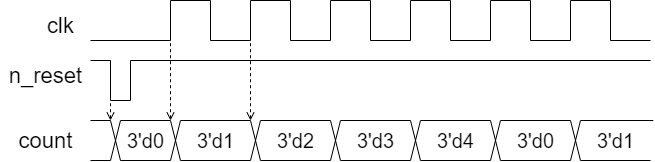
Earlier version of the draw.io export assets/timechart_counter5.png (rikitoro/IS3_HDL_2018). Source tidied: cells renumbered, new cells last; positions are measured from the earlier drawing's top-left corner, leaving out a move shared by most shapes. The source it was exported from:
```xml
<mxGraphModel>
  <root>
    <mxCell id="0" />
    <mxCell id="1" parent="0" />
    <mxCell id="2" value="clk" style="text;html=1;align=center;verticalAlign=middle;fontSize=22;" parent="1" vertex="1">
      <mxGeometry x="40" y="10" width="40" height="30" as="geometry" />
    </mxCell>
    <mxCell id="3" style="endArrow=none;html=1;fontSize=22;rounded=0;" parent="1" edge="1">
      <mxGeometry relative="1" as="geometry">
        <mxPoint x="650" y="40" as="sourcePoint" />
        <mxPoint x="90" y="40" as="targetPoint" />
        <Array as="points">
          <mxPoint x="610" y="40" />
          <mxPoint x="610" />
          <mxPoint x="570" />
          <mxPoint x="570" y="40" />
          <mxPoint x="530" y="40" />
          <mxPoint x="530" />
          <mxPoint x="490" />
          <mxPoint x="490" y="40" />
          <mxPoint x="450" y="40" />
          <mxPoint x="450" />
          <mxPoint x="410" />
          <mxPoint x="410" y="40" />
          <mxPoint x="370" y="40" />
          <mxPoint x="370" />
          <mxPoint x="330" />
          <mxPoint x="330" y="40" />
          <mxPoint x="290" y="40" />
          <mxPoint x="290" />
          <mxPoint x="250" />
          <mxPoint x="250" y="40" />
          <mxPoint x="210" y="40" />
          <mxPoint x="210" />
          <mxPoint x="170" />
          <mxPoint x="170" y="40" />
        </Array>
      </mxGeometry>
    </mxCell>
    <mxCell id="4" value="n_reset" style="text;html=1;align=center;verticalAlign=middle;fontSize=22;" parent="1" vertex="1">
      <mxGeometry y="60" width="90" height="30" as="geometry" />
    </mxCell>
    <mxCell id="5" style="endArrow=none;html=1;fontSize=22;rounded=0;" parent="1" edge="1">
      <mxGeometry relative="1" as="geometry">
        <mxPoint x="90" y="60" as="sourcePoint" />
        <mxPoint x="650" y="60" as="targetPoint" />
        <Array as="points">
          <mxPoint x="110" y="60" />
          <mxPoint x="110" y="100" />
          <mxPoint x="130" y="100" />
          <mxPoint x="130" y="60" />
        </Array>
      </mxGeometry>
    </mxCell>
    <mxCell id="6" value="count" style="text;html=1;align=center;verticalAlign=middle;fontSize=22;" parent="1" vertex="1">
      <mxGeometry x="10" y="125" width="70" height="30" as="geometry" />
    </mxCell>
    <mxCell id="7" style="endArrow=none;html=1;fontSize=22;rounded=0;" parent="1" edge="1">
      <mxGeometry relative="1" as="geometry">
        <mxPoint x="90" y="120" as="sourcePoint" />
        <mxPoint x="650" y="160" as="targetPoint" />
        <Array as="points">
          <mxPoint x="110" y="120" />
          <mxPoint x="120" y="160" />
          <mxPoint x="170" y="160" />
          <mxPoint x="180" y="120" />
          <mxPoint x="250" y="120" />
          <mxPoint x="260" y="160" />
          <mxPoint x="330" y="160" />
          <mxPoint x="340" y="120" />
          <mxPoint x="410" y="120" />
          <mxPoint x="420" y="160" />
          <mxPoint x="490" y="160" />
          <mxPoint x="500" y="120" />
          <mxPoint x="570" y="120" />
          <mxPoint x="580" y="160" />
          <mxPoint x="650" y="160" />
        </Array>
      </mxGeometry>
    </mxCell>
    <mxCell id="8" style="endArrow=none;html=1;fontSize=22;rounded=0;" parent="1" edge="1">
      <mxGeometry relative="1" as="geometry">
        <mxPoint x="90" y="160" as="sourcePoint" />
        <mxPoint x="652.8" y="120" as="targetPoint" />
        <Array as="points">
          <mxPoint x="110" y="160" />
          <mxPoint x="120" y="120" />
          <mxPoint x="170" y="120" />
          <mxPoint x="180" y="160" />
          <mxPoint x="250" y="160" />
          <mxPoint x="260" y="120" />
          <mxPoint x="330" y="120" />
          <mxPoint x="340" y="160" />
          <mxPoint x="410" y="160" />
          <mxPoint x="420" y="120" />
          <mxPoint x="490" y="120" />
          <mxPoint x="500" y="160" />
          <mxPoint x="570" y="160" />
          <mxPoint x="580" y="120" />
        </Array>
      </mxGeometry>
    </mxCell>
    <mxCell id="9" value="&lt;font style=&quot;font-size: 20px&quot;&gt;3'd0&lt;/font&gt;" style="text;html=1;align=center;verticalAlign=middle;fontSize=22;" parent="1" vertex="1">
      <mxGeometry x="120" y="125" width="50" height="30" as="geometry" />
    </mxCell>
    <mxCell id="10" value="&lt;font style=&quot;font-size: 20px&quot;&gt;3'd1&lt;/font&gt;" style="text;html=1;align=center;verticalAlign=middle;fontSize=22;" parent="1" vertex="1">
      <mxGeometry x="190" y="125" width="50" height="30" as="geometry" />
    </mxCell>
    <mxCell id="11" value="&lt;font style=&quot;font-size: 20px&quot;&gt;3'd2&lt;/font&gt;" style="text;html=1;align=center;verticalAlign=middle;fontSize=22;" parent="1" vertex="1">
      <mxGeometry x="270" y="125" width="50" height="30" as="geometry" />
    </mxCell>
    <mxCell id="12" value="&lt;font style=&quot;font-size: 20px&quot;&gt;3'd3&lt;/font&gt;" style="text;html=1;align=center;verticalAlign=middle;fontSize=22;" parent="1" vertex="1">
      <mxGeometry x="350" y="125" width="50" height="30" as="geometry" />
    </mxCell>
    <mxCell id="13" value="&lt;font style=&quot;font-size: 20px&quot;&gt;3'd4&lt;/font&gt;" style="text;html=1;align=center;verticalAlign=middle;fontSize=22;" parent="1" vertex="1">
      <mxGeometry x="430" y="125" width="50" height="30" as="geometry" />
    </mxCell>
    <mxCell id="14" value="&lt;font style=&quot;font-size: 20px&quot;&gt;3'd0&lt;/font&gt;" style="text;html=1;align=center;verticalAlign=middle;fontSize=22;" parent="1" vertex="1">
      <mxGeometry x="510" y="125" width="50" height="30" as="geometry" />
    </mxCell>
    <mxCell id="15" value="&lt;font style=&quot;font-size: 20px&quot;&gt;3'd1&lt;/font&gt;" style="text;html=1;align=center;verticalAlign=middle;fontSize=22;" parent="1" vertex="1">
      <mxGeometry x="590" y="125" width="50" height="30" as="geometry" />
    </mxCell>
    <mxCell id="16" style="endArrow=none;dashed=1;html=1;fontSize=22;startArrow=open;startFill=0;" parent="1" edge="1">
      <mxGeometry relative="1" as="geometry">
        <mxPoint x="110" y="120" as="sourcePoint" />
        <mxPoint x="110" y="100" as="targetPoint" />
      </mxGeometry>
    </mxCell>
    <mxCell id="17" style="endArrow=none;dashed=1;html=1;fontSize=22;startArrow=open;startFill=0;" parent="1" edge="1">
      <mxGeometry relative="1" as="geometry">
        <mxPoint x="170" y="120" as="sourcePoint" />
        <mxPoint x="170" y="40" as="targetPoint" />
      </mxGeometry>
    </mxCell>
    <mxCell id="18" style="endArrow=none;dashed=1;html=1;fontSize=22;startArrow=open;startFill=0;" parent="1" edge="1">
      <mxGeometry relative="1" as="geometry">
        <mxPoint x="250" y="120" as="sourcePoint" />
        <mxPoint x="250" y="40" as="targetPoint" />
      </mxGeometry>
    </mxCell>
  </root>
</mxGraphModel>
```
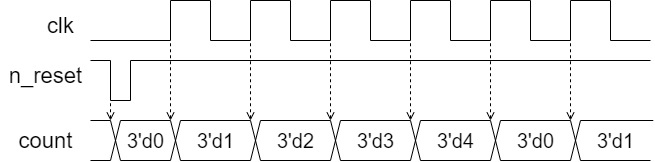
The same file after the commit.

The edit, as a diff of the source:
```diff
@@ -139,5 +139,29 @@
         <mxPoint x="250" y="40" as="targetPoint" />
       </mxGeometry>
     </mxCell>
+    <mxCell id="19" style="endArrow=none;dashed=1;html=1;fontSize=22;startArrow=open;startFill=0;" parent="1" edge="1">
+      <mxGeometry relative="1" as="geometry">
+        <mxPoint x="490" y="120" as="sourcePoint" />
+        <mxPoint x="490" y="40" as="targetPoint" />
+      </mxGeometry>
+    </mxCell>
+    <mxCell id="20" style="endArrow=none;dashed=1;html=1;fontSize=22;startArrow=open;startFill=0;" parent="1" edge="1">
+      <mxGeometry relative="1" as="geometry">
+        <mxPoint x="410" y="120" as="sourcePoint" />
+        <mxPoint x="410" y="40" as="targetPoint" />
+      </mxGeometry>
+    </mxCell>
+    <mxCell id="21" style="endArrow=none;dashed=1;html=1;fontSize=22;startArrow=open;startFill=0;" parent="1" edge="1">
+      <mxGeometry relative="1" as="geometry">
+        <mxPoint x="330" y="120" as="sourcePoint" />
+        <mxPoint x="330" y="40" as="targetPoint" />
+      </mxGeometry>
+    </mxCell>
+    <mxCell id="22" style="endArrow=none;dashed=1;html=1;fontSize=22;startArrow=open;startFill=0;" parent="1" edge="1">
+      <mxGeometry relative="1" as="geometry">
+        <mxPoint x="570" y="120" as="sourcePoint" />
+        <mxPoint x="570" y="40" as="targetPoint" />
+      </mxGeometry>
+    </mxCell>
   </root>
 </mxGraphModel>
```
